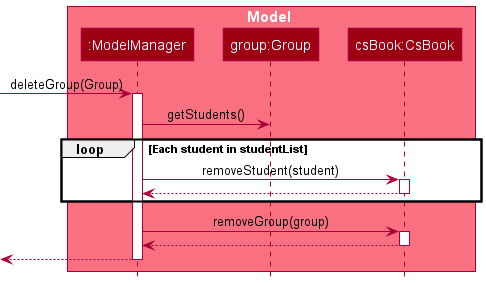
This is docs/images/GroupManagementSequence3.png from nus-cs2103-AY2122S1/tp, a PlantUML export, as it was before one commit.
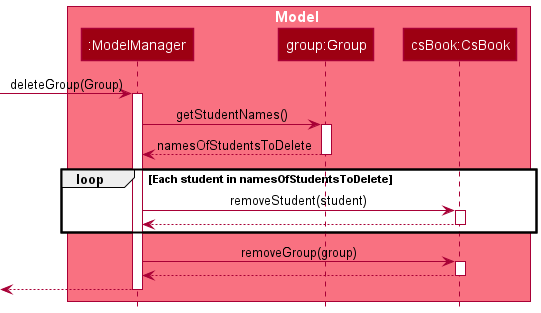
After the change.

Commit message:
Update DG for group management portion

What changed in the source:
```diff
@@ -10,9 +10,12 @@
 
 [-> ModelManager : deleteGroup(Group)
 activate ModelManager
-ModelManager -> Group : getStudents()
+ModelManager -> Group : getStudentNames()
+activate Group
+Group --> ModelManager : namesOfStudentsToDelete
+deactivate Group
 
-loop Each student in studentList
+loop Each student in namesOfStudentsToDelete
 ModelManager -> CsBook : removeStudent(student)
 activate CsBook
 CsBook --> ModelManager
```
